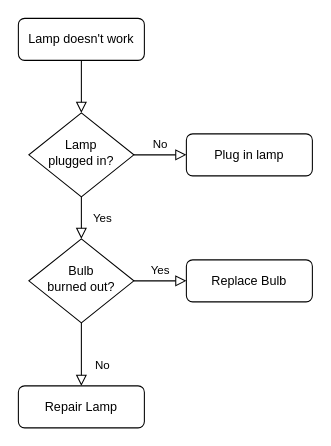
Before: Untitled Diagram.drawio in Chen-SHuangHui/The_First_Repository, a draw.io diagram. Source tidied: cells renumbered, new cells numbered last; positions are measured from the earlier drawing's top-left corner, leaving out a move shared by most shapes. Both pictures are drawn from the tidied source at 105%, with x=0, y=0 at pixel (18, 18).
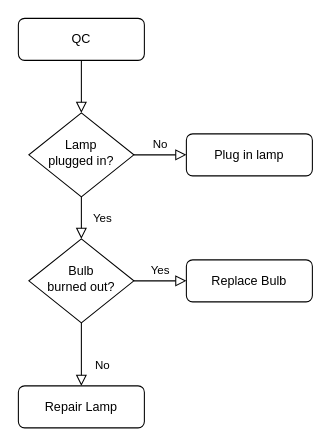
The same diagram, later.

What changed in the source:
```diff
@@
 <mxGraphModel>
   <root>
     <mxCell id="0" />
     <mxCell id="1" parent="0" />
     <mxCell id="2" style="rounded=0;html=1;jettySize=auto;fontSize=11;endArrow=block;endFill=0;endSize=8;strokeWidth=1;shadow=0;labelBackgroundColor=none;edgeStyle=orthogonalEdgeStyle;" parent="1" edge="1" source="3" target="6">
       <mxGeometry relative="1" as="geometry" />
     </mxCell>
-    <mxCell id="3" value="Lamp doesn't work" style="rounded=1;whiteSpace=wrap;html=1;fontSize=12;glass=0;strokeWidth=1;shadow=0;" parent="1" vertex="1">
+    <mxCell id="3" value="QC" style="rounded=1;whiteSpace=wrap;html=1;fontSize=12;glass=0;strokeWidth=1;shadow=0;" parent="1" vertex="1">
       <mxGeometry width="120" height="40" as="geometry" />
     </mxCell>
     <mxCell id="4" value="Yes" style="rounded=0;html=1;jettySize=auto;fontSize=11;endArrow=block;endFill=0;endSize=8;strokeWidth=1;shadow=0;labelBackgroundColor=none;edgeStyle=orthogonalEdgeStyle;" parent="1" edge="1" source="6" target="10">
       <mxGeometry y="20" relative="1" as="geometry" />
     </mxCell>
     <mxCell id="5" value="No" style="edgeStyle=orthogonalEdgeStyle;rounded=0;html=1;jettySize=auto;fontSize=11;endArrow=block;endFill=0;endSize=8;strokeWidth=1;shadow=0;labelBackgroundColor=none;" parent="1" edge="1" source="6" target="7">
       <mxGeometry y="10" relative="1" as="geometry" />
     </mxCell>
     <mxCell id="6" value="Lamp&lt;br&gt;plugged in?" style="rhombus;whiteSpace=wrap;html=1;shadow=0;fontFamily=Helvetica;fontSize=12;align=center;strokeWidth=1;spacing=6;spacingTop=-4;" parent="1" vertex="1">
       <mxGeometry x="10" y="90" width="100" height="80" as="geometry" />
     </mxCell>
     <mxCell id="7" value="Plug in lamp" style="rounded=1;whiteSpace=wrap;html=1;fontSize=12;glass=0;strokeWidth=1;shadow=0;" parent="1" vertex="1">
       <mxGeometry x="160" y="110" width="120" height="40" as="geometry" />
     </mxCell>
     <mxCell id="8" value="No" style="rounded=0;html=1;jettySize=auto;fontSize=11;endArrow=block;endFill=0;endSize=8;strokeWidth=1;shadow=0;labelBackgroundColor=none;edgeStyle=orthogonalEdgeStyle;" parent="1" edge="1" source="10" target="11">
       <mxGeometry x="0.33" y="20" relative="1" as="geometry" />
     </mxCell>
     <mxCell id="9" value="Yes" style="edgeStyle=orthogonalEdgeStyle;rounded=0;html=1;jettySize=auto;fontSize=11;endArrow=block;endFill=0;endSize=8;strokeWidth=1;shadow=0;labelBackgroundColor=none;" parent="1" edge="1" source="10" target="12">
       <mxGeometry y="10" relative="1" as="geometry" />
     </mxCell>
     <mxCell id="10" value="Bulb&lt;br&gt;burned out?" style="rhombus;whiteSpace=wrap;html=1;shadow=0;fontFamily=Helvetica;fontSize=12;align=center;strokeWidth=1;spacing=6;spacingTop=-4;" parent="1" vertex="1">
       <mxGeometry x="10" y="210" width="100" height="80" as="geometry" />
     </mxCell>
     <mxCell id="11" value="Repair Lamp" style="rounded=1;whiteSpace=wrap;html=1;fontSize=12;glass=0;strokeWidth=1;shadow=0;" parent="1" vertex="1">
       <mxGeometry y="350" width="120" height="40" as="geometry" />
     </mxCell>
     <mxCell id="12" value="Replace Bulb" style="rounded=1;whiteSpace=wrap;html=1;fontSize=12;glass=0;strokeWidth=1;shadow=0;" parent="1" vertex="1">
       <mxGeometry x="160" y="230" width="120" height="40" as="geometry" />
     </mxCell>
   </root>
 </mxGraphModel>
```
